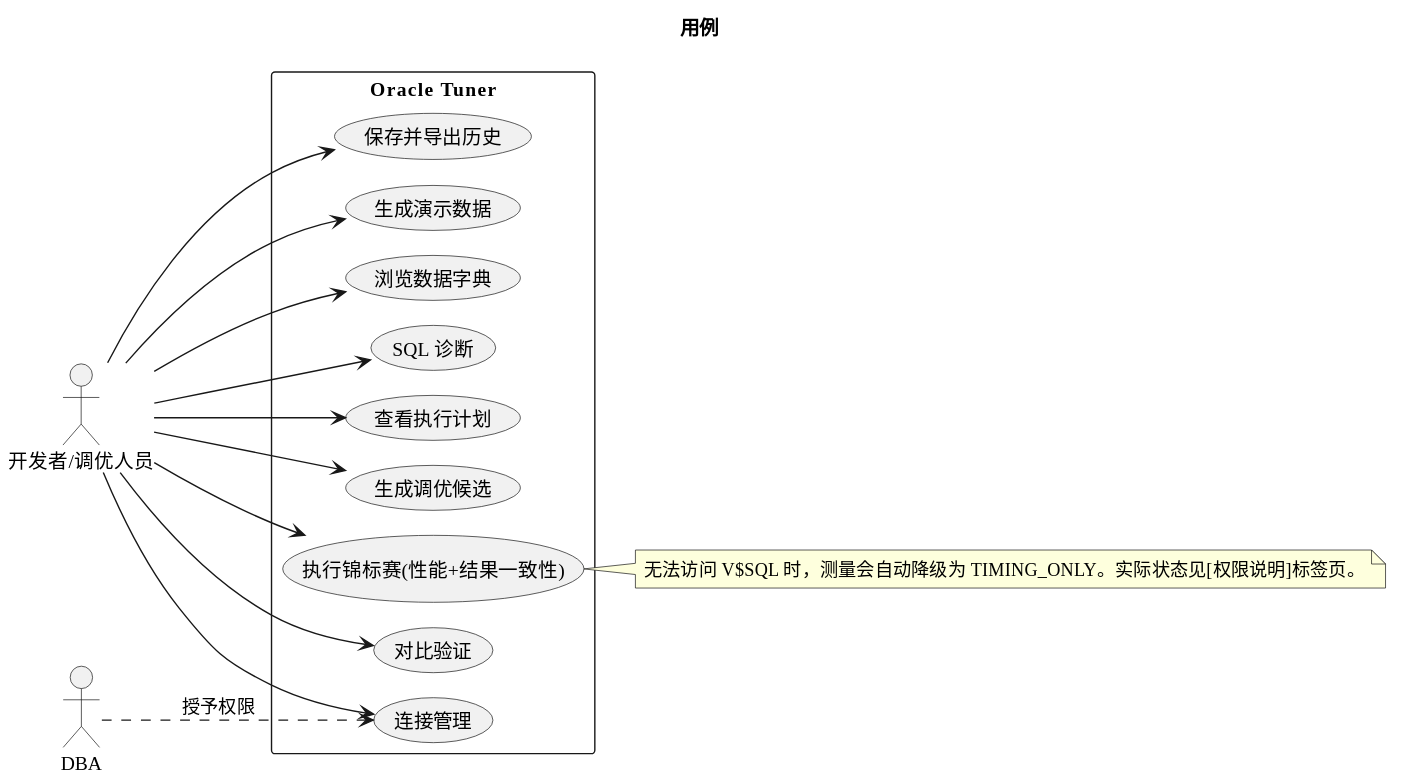
Earlier version of the PlantUML export web/design/usecase.zh.svg (farmerkweon/OracleTuner).
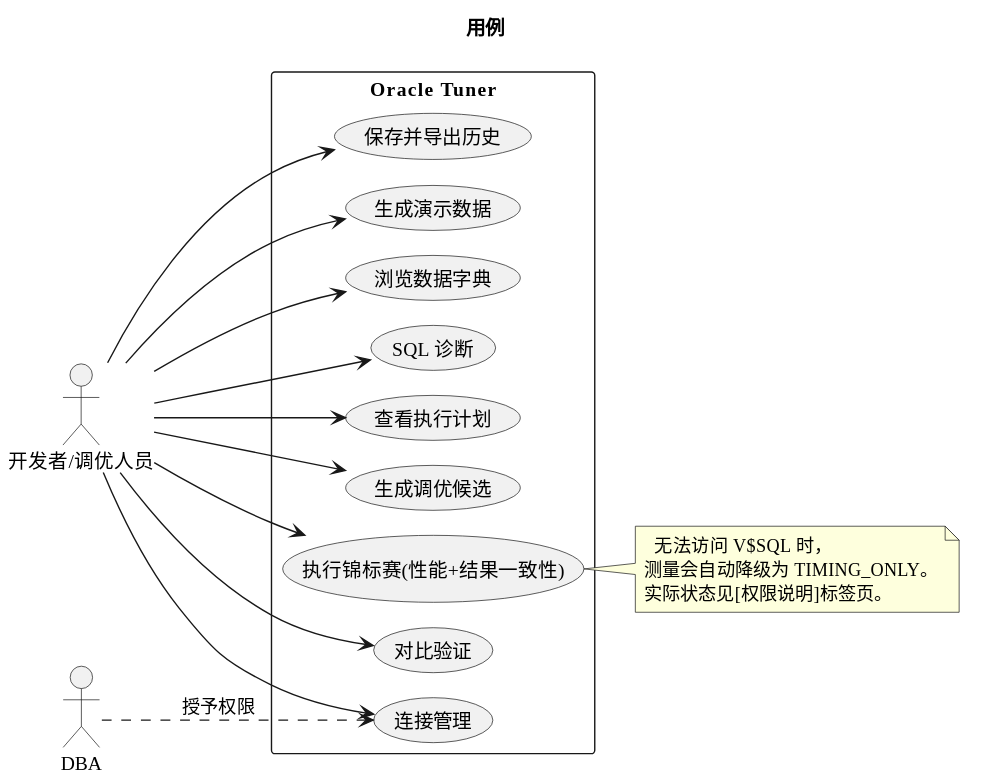
After the change.

Change to the diagram source:
```diff
@@ -33,6 +33,8 @@
 DBA ..> UC1 : 授予权限
 
 note right of UC6
-  无法访问 V$SQL 时，测量会自动降级为 TIMING_ONLY。实际状态见[权限说明]标签页。
+  无法访问 V$SQL 时，
+测量会自动降级为 TIMING_ONLY。
+实际状态见[权限说明]标签页。
 end note
 @enduml
```
